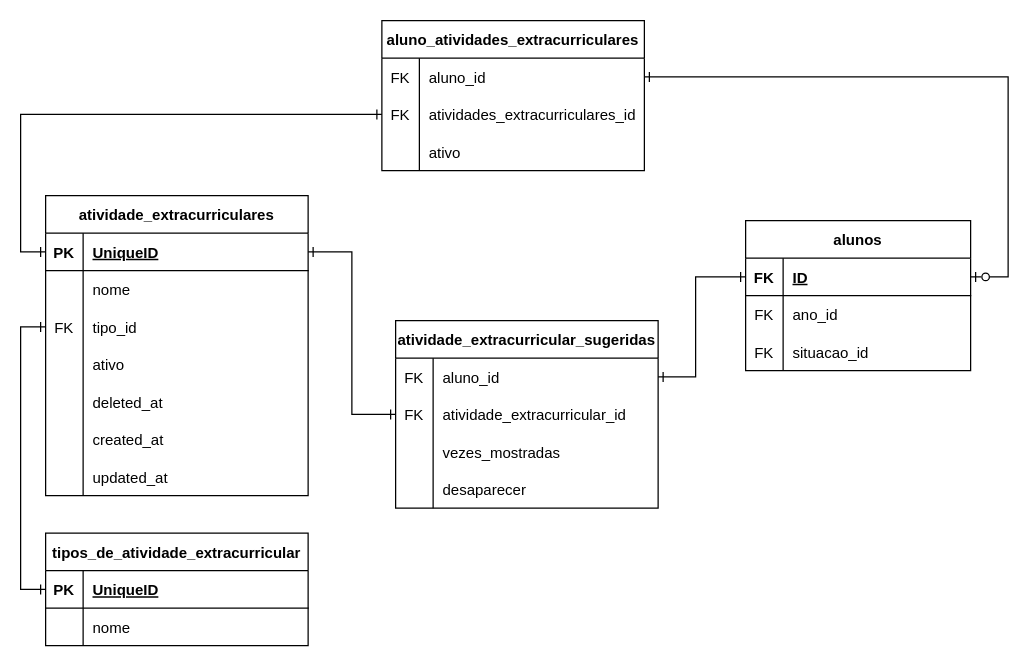
The draw.io diagram diagrama/Diagrama_db_tabelas_atividades_extracurriculares.drawio in Noboruotao/escola-sugestao-backend, before the edit. Source tidied: cells renumbered, new cells numbered last; positions are measured from the earlier drawing's top-left corner, leaving out a move shared by most shapes. Both pictures are drawn from the tidied source at 125%, with x=0, y=0 at pixel (20, 20).
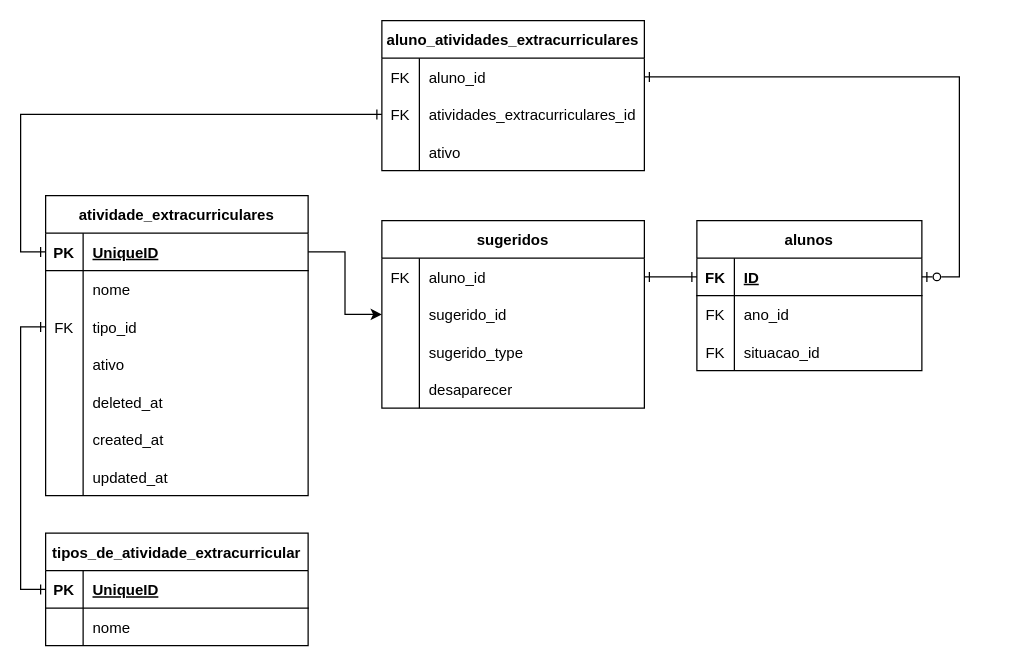
The same diagram, later.

Unchanged cells that the change refers to:
```xml
<mxCell id="3" style="shape=tableRow;horizontal=0;startSize=0;swimlaneHead=0;swimlaneBody=0;fillColor=none;points=[[0,0.5],[1,0.5]];portConstraint=eastwest;top=0;left=0;right=0;bottom=1;" parent="2" vertex="1">
  <mxGeometry y="30" width="210" height="30" as="geometry" />
</mxCell>
<mxCell id="10" style="shape=tableRow;horizontal=0;startSize=0;swimlaneHead=0;swimlaneBody=0;fillColor=none;points=[[0,0.5],[1,0.5]];portConstraint=eastwest;top=0;left=0;right=0;bottom=1;" parent="9" vertex="1">
  <mxGeometry y="30" width="210" height="30" as="geometry" />
</mxCell>
<mxCell id="16" style="shape=tableRow;horizontal=0;startSize=0;swimlaneHead=0;swimlaneBody=0;fillColor=none;points=[[0,0.5],[1,0.5]];portConstraint=eastwest;top=0;left=0;right=0;bottom=0;" parent="9" vertex="1">
  <mxGeometry y="90" width="210" height="30" as="geometry" />
</mxCell>
<mxCell id="32" style="shape=tableRow;horizontal=0;startSize=0;swimlaneHead=0;swimlaneBody=0;fillColor=none;points=[[0,0.5],[1,0.5]];portConstraint=eastwest;top=0;left=0;right=0;bottom=0;" parent="31" vertex="1">
  <mxGeometry y="30" width="210" height="30" as="geometry" />
</mxCell>
<mxCell id="35" style="shape=tableRow;horizontal=0;startSize=0;swimlaneHead=0;swimlaneBody=0;fillColor=none;points=[[0,0.5],[1,0.5]];portConstraint=eastwest;top=0;left=0;right=0;bottom=0;" parent="31" vertex="1">
  <mxGeometry y="60" width="210" height="30" as="geometry" />
</mxCell>
<mxCell id="38" style="shape=tableRow;horizontal=0;startSize=0;swimlaneHead=0;swimlaneBody=0;fillColor=none;top=0;left=0;right=0;bottom=0;" parent="31" vertex="1">
  <mxGeometry y="90" width="210" height="30" as="geometry" />
</mxCell>
<mxCell id="45" style="shape=tableRow;horizontal=0;startSize=0;swimlaneHead=0;swimlaneBody=0;fillColor=none;points=[[0,0.5],[1,0.5]];portConstraint=eastwest;top=0;left=0;right=0;bottom=0;" parent="44" vertex="1">
  <mxGeometry y="30" width="210" height="30" as="geometry" />
</mxCell>
<mxCell id="55" style="shape=tableRow;horizontal=0;startSize=0;swimlaneHead=0;swimlaneBody=0;fillColor=none;points=[[0,0.5],[1,0.5]];portConstraint=eastwest;top=0;left=0;right=0;bottom=1;" parent="54" vertex="1">
  <mxGeometry y="30" width="180" height="30" as="geometry" />
</mxCell>
```

The edit, as a diff of the source:
```diff
@@
-    <mxCell id="31" value="atividade_extracurricular_sugeridas" style="shape=table;startSize=30;childLayout=tableLayout;rowLines=0;fontStyle=1;align=center;" parent="1" vertex="1">
-      <mxGeometry x="300" y="240" width="210" height="150" as="geometry" />
+    <mxCell id="31" value="sugeridos" style="shape=table;startSize=30;childLayout=tableLayout;rowLines=0;fontStyle=1;align=center;" parent="1" vertex="1">
+      <mxGeometry x="289" y="160" width="210" height="150" as="geometry" />
     </mxCell>
@@
-    <mxCell id="36" value="FK" style="shape=partialRectangle;fillColor=none;top=0;left=0;bottom=0;right=0;overflow=hidden;" parent="35" vertex="1">
+    <mxCell id="36" style="shape=partialRectangle;fillColor=none;top=0;left=0;bottom=0;right=0;overflow=hidden;" parent="35" vertex="1">
       <mxGeometry width="30" height="30" as="geometry" />
     </mxCell>
-    <mxCell id="37" value="atividade_extracurricular_id" style="shape=partialRectangle;fillColor=none;top=0;left=0;bottom=0;right=0;align=left;spacingLeft=6;overflow=hidden;" parent="35" vertex="1">
+    <mxCell id="37" value="sugerido_id" style="shape=partialRectangle;fillColor=none;top=0;left=0;bottom=0;right=0;align=left;spacingLeft=6;overflow=hidden;" parent="35" vertex="1">
       <mxGeometry x="30" width="180" height="30" as="geometry" />
     </mxCell>
@@
-    <mxCell id="40" value="vezes_mostradas" style="shape=partialRectangle;fillColor=none;top=0;left=0;bottom=0;right=0;align=left;spacingLeft=6;overflow=hidden;" parent="38" vertex="1">
+    <mxCell id="40" value="sugerido_type" style="shape=partialRectangle;fillColor=none;top=0;left=0;bottom=0;right=0;align=left;spacingLeft=6;overflow=hidden;" parent="38" vertex="1">
       <mxGeometry x="30" width="180" height="30" as="geometry" />
     </mxCell>
@@
     <mxCell id="54" value="alunos" style="shape=table;startSize=30;childLayout=tableLayout;rowLines=0;fontStyle=1;align=center;" parent="1" vertex="1">
-      <mxGeometry x="580" y="160" width="180" height="120" as="geometry" />
+      <mxGeometry x="541" y="160" width="180" height="120" as="geometry" />
     </mxCell>
@@
     <mxCell id="64" style="edgeStyle=orthogonalEdgeStyle;rounded=0;jettySize=auto;html=1;entryX=1;entryY=0.5;entryDx=0;entryDy=0;startArrow=ERzeroToOne;startFill=0;endArrow=ERone;endFill=0;exitX=1;exitY=0.5;exitDx=0;exitDy=0;" parent="1" edge="1" source="55" target="45">
       <mxGeometry relative="1" as="geometry">
         <Array as="points">
-          <mxPoint x="790" y="205" />
-          <mxPoint x="790" y="45" />
+          <mxPoint x="751" y="205" />
+          <mxPoint x="751" y="45" />
         </Array>
       </mxGeometry>
     </mxCell>
     <mxCell id="65" style="edgeStyle=orthogonalEdgeStyle;rounded=0;jettySize=auto;html=1;entryX=1;entryY=0.5;entryDx=0;entryDy=0;startArrow=ERone;startFill=0;endArrow=ERone;endFill=0;" parent="1" edge="1" source="55" target="32">
       <mxGeometry relative="1" as="geometry">
         <Array as="points">
-          <mxPoint x="540" y="205" />
-          <mxPoint x="540" y="285" />
+          <mxPoint x="531" y="205" />
+          <mxPoint x="531" y="205" />
         </Array>
       </mxGeometry>
     </mxCell>
@@
+    <mxCell id="68" style="edgeStyle=orthogonalEdgeStyle;rounded=0;jettySize=auto;html=1;entryX=0;entryY=0.5;entryDx=0;entryDy=0;startArrow=ERone;startFill=0;endArrow=ERone;endFill=0;" parent="1" edge="1" source="3" target="16">
+      <mxGeometry relative="1" as="geometry" />
+    </mxCell>
-    <mxCell id="67" style="edgeStyle=orthogonalEdgeStyle;rounded=0;jettySize=auto;html=1;entryX=0;entryY=0.5;entryDx=0;entryDy=0;startArrow=ERone;startFill=0;endArrow=ERone;endFill=0;" parent="1" edge="1" source="10" target="35">
+    <mxCell id="67" style="edgeStyle=orthogonalEdgeStyle;rounded=0;jettySize=auto;html=1;entryX=0;entryY=0.5;entryDx=0;entryDy=0;" parent="1" edge="1" source="10" target="35">
       <mxGeometry relative="1" as="geometry" />
     </mxCell>
-    <mxCell id="68" style="edgeStyle=orthogonalEdgeStyle;rounded=0;jettySize=auto;html=1;entryX=0;entryY=0.5;entryDx=0;entryDy=0;startArrow=ERone;startFill=0;endArrow=ERone;endFill=0;" parent="1" edge="1" source="3" target="16">
-      <mxGeometry relative="1" as="geometry" />
-    </mxCell>
```
